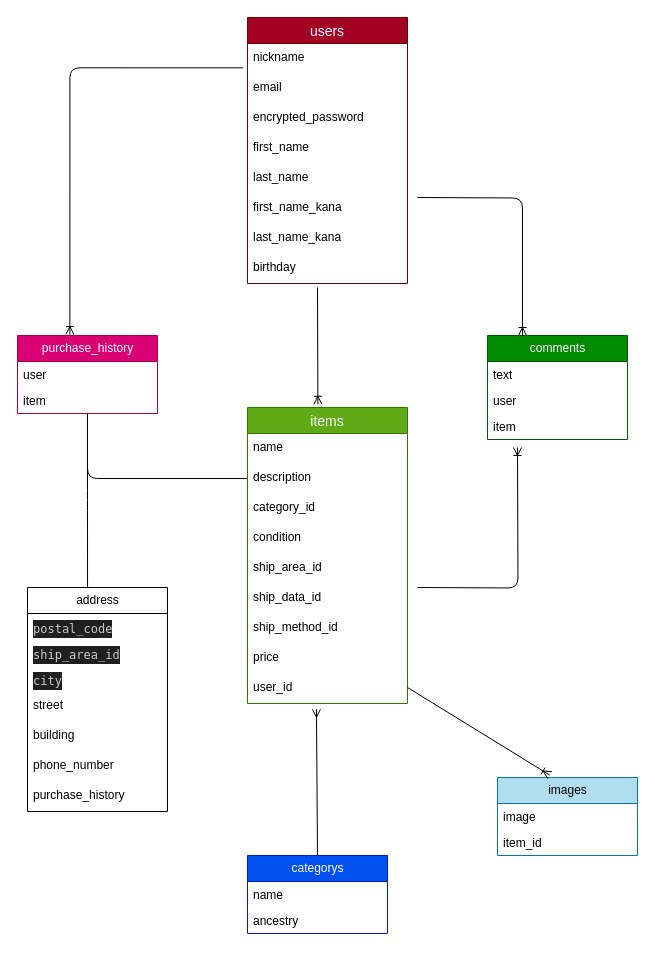
This is test.dio from yosyua0016/furima-40345, a draw.io file, before an edit. Source tidied: cells renumbered, new cells numbered last; positions are measured from the earlier drawing's top-left corner, leaving out a move shared by most shapes. Both pictures are drawn from the tidied source at 100%, with x=0, y=0 at pixel (17, 17).
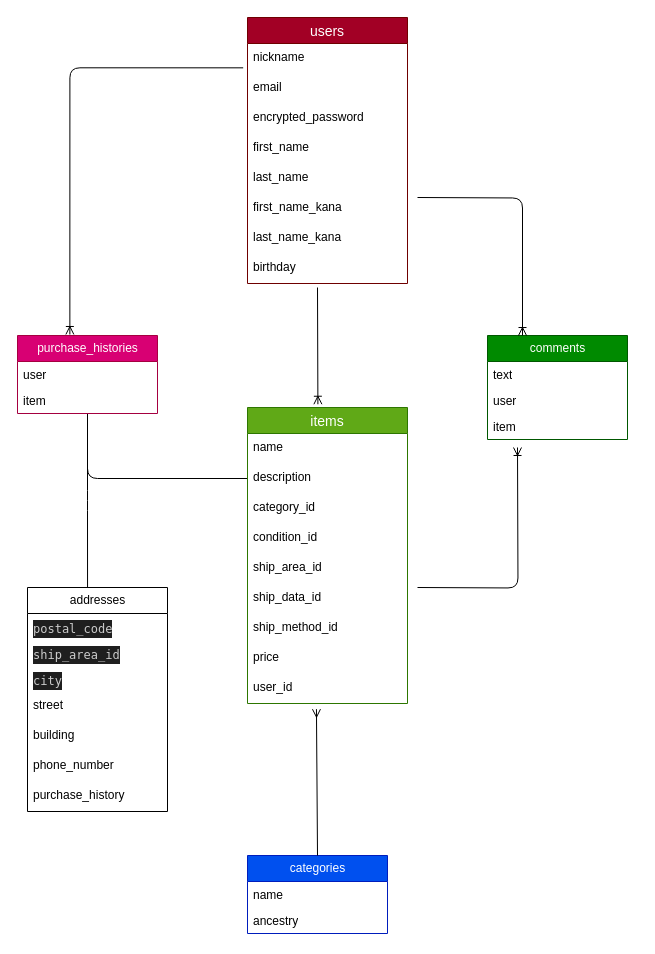
The same diagram, later.

The change refers to these unchanged cells:
```xml
<mxCell id="18" value="items" style="swimlane;fontStyle=0;horizontal=1;startSize=26;align=center;fontSize=14;fillColor=#60a917;fontColor=#ffffff;strokeColor=#2D7600;" parent="1" vertex="1">
  <mxGeometry x="230" y="390" width="160" height="296" as="geometry" />
</mxCell>
```

The edit, as a diff of the source:
```diff
@@
-    <mxCell id="2" value="images" style="swimlane;fontStyle=0;horizontal=1;startSize=26;fillColor=#b1ddf0;html=1;strokeColor=#10739e;" parent="1" vertex="1">
-      <mxGeometry x="480" y="760" width="140" height="78" as="geometry" />
-    </mxCell>
-    <mxCell id="3" value="image" style="text;strokeColor=none;fillColor=none;align=left;verticalAlign=top;spacingLeft=4;spacingRight=4;overflow=hidden;whiteSpace=wrap;html=1;" parent="2" vertex="1">
-      <mxGeometry y="26" width="140" height="26" as="geometry" />
-    </mxCell>
-    <mxCell id="4" value="item_id" style="text;strokeColor=none;fillColor=none;align=left;verticalAlign=top;spacingLeft=4;spacingRight=4;overflow=hidden;whiteSpace=wrap;html=1;" parent="2" vertex="1">
-      <mxGeometry y="52" width="140" height="26" as="geometry" />
-    </mxCell>
-    <mxCell id="5" value="categorys" style="swimlane;fontStyle=0;horizontal=1;startSize=26;fillColor=#0050ef;html=1;fontColor=#ffffff;strokeColor=#001DBC;" parent="1" vertex="1">
+    <mxCell id="5" value="categories" style="swimlane;fontStyle=0;horizontal=1;startSize=26;fillColor=#0050ef;html=1;fontColor=#ffffff;strokeColor=#001DBC;" parent="1" vertex="1">
       <mxGeometry x="230" y="838" width="140" height="78" as="geometry" />
     </mxCell>
@@
-    <mxCell id="15" value="purchase_history" style="swimlane;fontStyle=0;horizontal=1;startSize=26;fillColor=#d80073;html=1;fontColor=#ffffff;strokeColor=#A50040;" parent="1" vertex="1">
+    <mxCell id="15" value="purchase_histories" style="swimlane;fontStyle=0;horizontal=1;startSize=26;fillColor=#d80073;html=1;fontColor=#ffffff;strokeColor=#A50040;" parent="1" vertex="1">
       <mxGeometry y="318" width="140" height="78" as="geometry" />
     </mxCell>
@@
-    <mxCell id="22" value="condition" style="text;strokeColor=none;fillColor=none;spacingLeft=4;spacingRight=4;overflow=hidden;fontSize=12;" parent="18" vertex="1">
+    <mxCell id="22" value="condition_id" style="text;strokeColor=none;fillColor=none;spacingLeft=4;spacingRight=4;overflow=hidden;fontSize=12;" parent="18" vertex="1">
       <mxGeometry y="116" width="160" height="30" as="geometry" />
     </mxCell>
@@
-    <mxCell id="37" value="address" style="swimlane;fontStyle=0;horizontal=1;startSize=26;fillColor=none;html=1;" parent="1" vertex="1">
+    <mxCell id="37" value="addresses" style="swimlane;fontStyle=0;horizontal=1;startSize=26;fillColor=none;html=1;" parent="1" vertex="1">
       <mxGeometry x="10" y="570" width="140" height="224" as="geometry" />
     </mxCell>
@@
-    <mxCell id="49" style="fontSize=12;html=1;endArrow=ERoneToMany;elbow=vertical;entryX=0.374;entryY=-0.03;entryDx=0;entryDy=0;entryPerimeter=0;" parent="1" edge="1" target="2">
-      <mxGeometry relative="1" as="geometry">
-        <mxPoint x="390" y="670" as="sourcePoint" />
-      </mxGeometry>
-    </mxCell>
```
